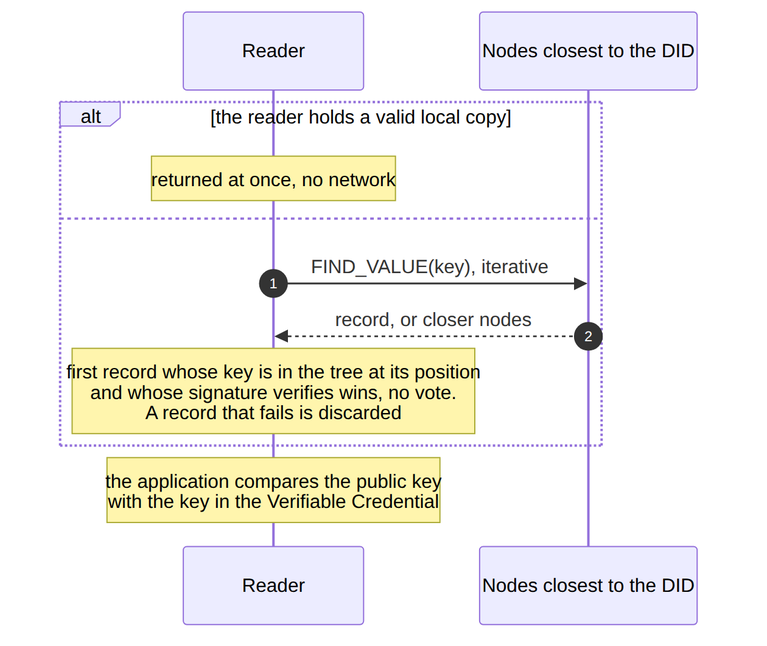
fratrung/auth-kademlia-rs keeps this Mermaid diagram as docs/design/get.png. Above is the earlier version. Its source is kept beside it as docs/design/get.mmd.
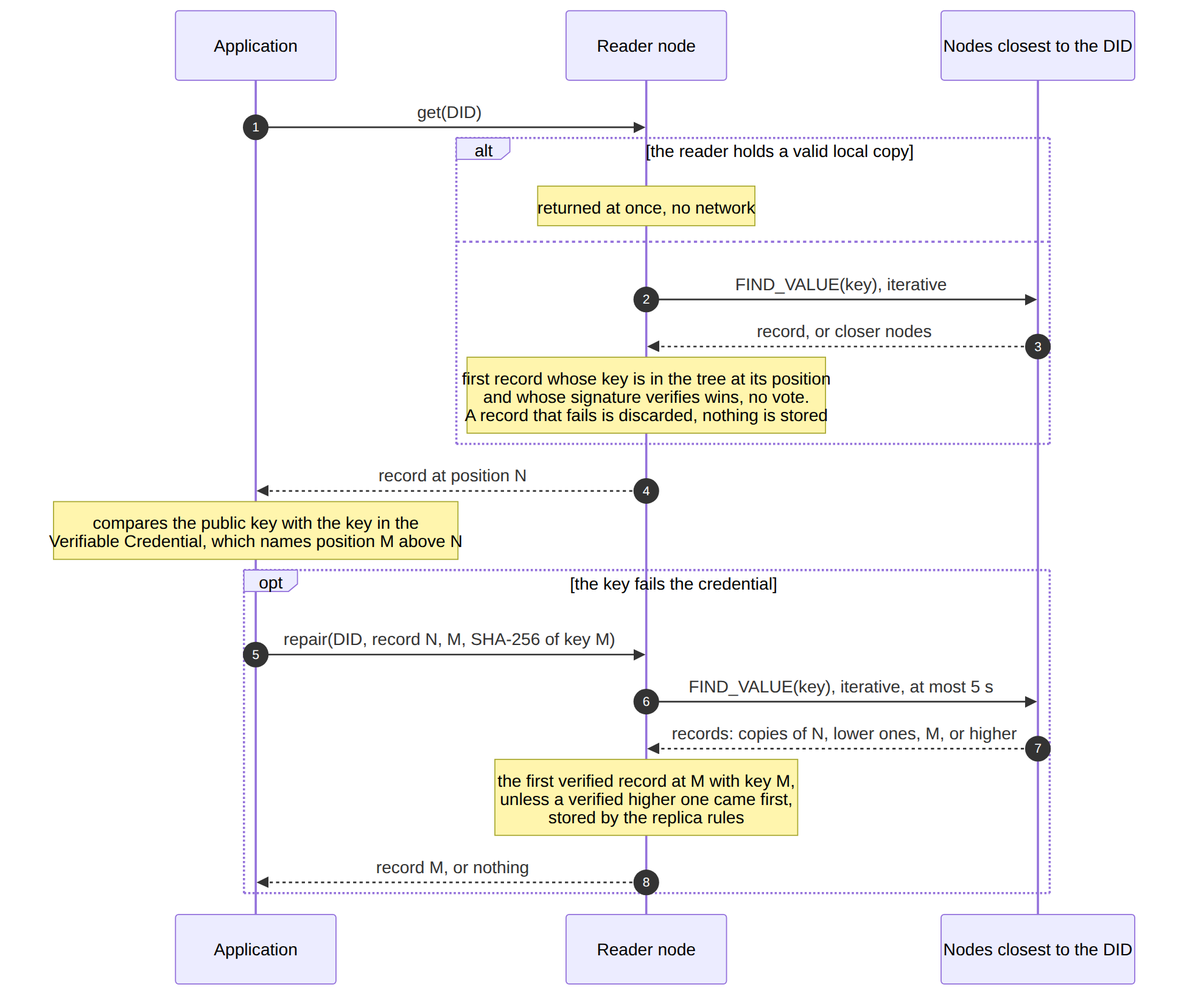
The same diagram one commit later.

Commit message:
docs: describe the repair call and the holder's repair

The edit, as a diff of the source:
```diff
@@ -1,12 +1,22 @@
 sequenceDiagram
     autonumber
-    participant V as Reader
+    participant A as Application
+    participant V as Reader node
     participant N as Nodes closest to the DID
+    A->>V: get(DID)
     alt the reader holds a valid local copy
         Note over V: returned at once, no network
     else
         V->>N: FIND_VALUE(key), iterative
         N-->>V: record, or closer nodes
-        Note over V: first record whose key is in the tree at its position<br/>and whose signature verifies wins, no vote.<br/>A record that fails is discarded
+        Note over V: first record whose key is in the tree at its position<br/>and whose signature verifies wins, no vote.<br/>A record that fails is discarded, nothing is stored
     end
-    Note over V: the application compares the public key<br/>with the key in the Verifiable Credential
+    V-->>A: record at position N
+    Note over A: compares the public key with the key in the<br/>Verifiable Credential, which names position M above N
+    opt the key fails the credential
+        A->>V: repair(DID, record N, M, SHA-256 of key M)
+        V->>N: FIND_VALUE(key), iterative, at most 5 s
+        N-->>V: records: copies of N, lower ones, M, or higher
+        Note over V: the first verified record at M with key M,<br/>unless a verified higher one came first,<br/>stored by the replica rules
+        V-->>A: record M, or nothing
+    end
```
